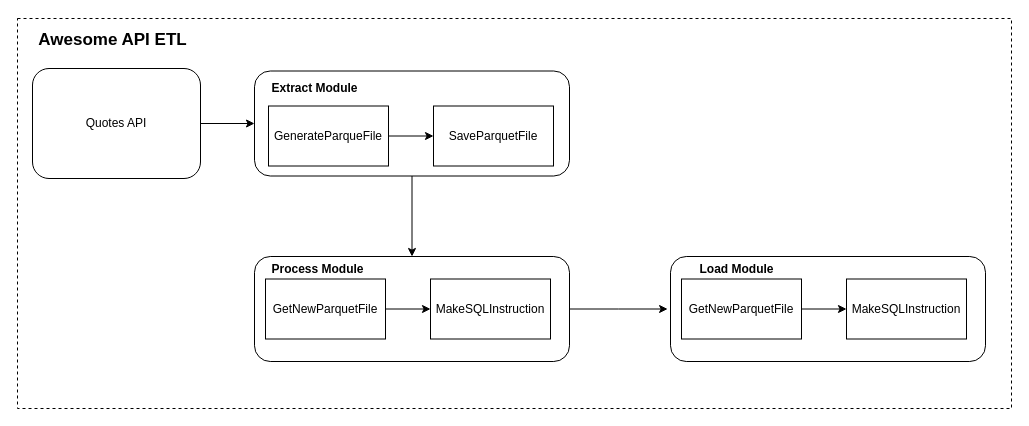
This is etl_awesome_api.drawio from ivdatahub/data-consumer-api, a draw.io file, before an edit. Source tidied: cells renumbered, new cells numbered last; positions are measured from the earlier drawing's top-left corner, leaving out a move shared by most shapes. Both pictures are drawn from the tidied source at 100%, with x=0, y=0 at pixel (17, 17).
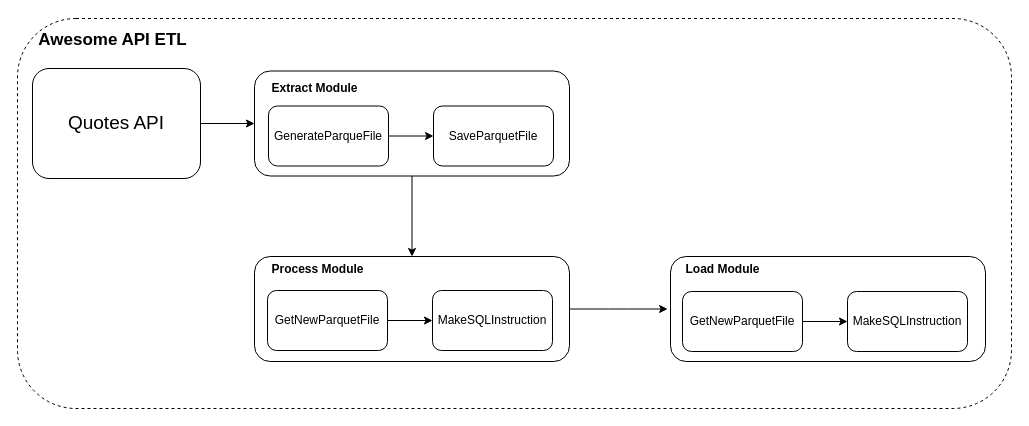
The same diagram, later.

Unchanged cells that the change refers to:
```xml
<mxCell id="9" style="whiteSpace=wrap;html=1;rounded=1;" parent="8" vertex="1">
  <mxGeometry width="315" height="105" as="geometry" />
</mxCell>
<mxCell id="16" style="whiteSpace=wrap;html=1;rounded=1;" parent="14" vertex="1">
  <mxGeometry width="315" height="105" as="geometry" />
</mxCell>
```

Change to the diagram source:
```diff
@@
-    <mxCell id="2" value="&lt;h1&gt;&lt;div style=&quot;color: rgb(212, 212, 212); background-color: rgb(30, 30, 30); font-family: Menlo, Monaco, &amp;quot;Courier New&amp;quot;, monospace; font-weight: normal; font-size: 12px; line-height: 18px; white-space-collapse: preserve;&quot;&gt;&lt;br&gt;&lt;/div&gt;&lt;/h1&gt;" style="text;html=1;align=center;verticalAlign=middle;strokeColor=none;fillColor=none;" parent="1" vertex="1">
+    <mxCell id="2" value="&lt;h1&gt;&lt;div style=&quot;color: rgb(212, 212, 212); background-color: rgb(30, 30, 30); font-family: Menlo, Monaco, &amp;quot;Courier New&amp;quot;, monospace; font-weight: normal; font-size: 12px; line-height: 18px; white-space-collapse: preserve;&quot;&gt;&lt;br&gt;&lt;/div&gt;&lt;/h1&gt;" style="text;html=1;align=center;verticalAlign=middle;strokeColor=none;fillColor=none;rounded=1;" parent="1" vertex="1">
       <mxGeometry x="31" width="18" height="62" as="geometry" />
     </mxCell>
-    <mxCell id="3" style="rounded=0;whiteSpace=wrap;html=1;dashed=1;" parent="1" vertex="1">
+    <mxCell id="3" style="rounded=1;whiteSpace=wrap;html=1;dashed=1;" parent="1" vertex="1">
       <mxGeometry y="1" width="994" height="390" as="geometry" />
     </mxCell>
-    <mxCell id="4" value="Awesome API ETL" style="text;html=1;align=center;verticalAlign=middle;strokeColor=none;fillColor=none;fontStyle=1;fontSize=17;" parent="1" vertex="1">
+    <mxCell id="4" value="Awesome API ETL" style="text;html=1;align=center;verticalAlign=middle;strokeColor=none;fillColor=none;fontStyle=1;fontSize=17;rounded=1;" parent="1" vertex="1">
       <mxGeometry x="15" y="7" width="159" height="32" as="geometry" />
     </mxCell>
-    <mxCell id="5" style="edgeStyle=orthogonalEdgeStyle;rounded=0;jettySize=auto;html=1;" parent="1" edge="1" source="6" target="9">
+    <mxCell id="5" style="edgeStyle=orthogonalEdgeStyle;rounded=1;jettySize=auto;html=1;" parent="1" edge="1" source="6" target="9">
       <mxGeometry relative="1" as="geometry" />
     </mxCell>
-    <mxCell id="6" value="Quotes API" style="rounded=1;whiteSpace=wrap;html=1;" parent="1" vertex="1">
+    <mxCell id="6" value="&lt;font style=&quot;font-size: 19px;&quot;&gt;Quotes API&lt;/font&gt;" style="rounded=1;whiteSpace=wrap;html=1;" parent="1" vertex="1">
       <mxGeometry x="15" y="51" width="168" height="110" as="geometry" />
     </mxCell>
-    <mxCell id="7" style="edgeStyle=orthogonalEdgeStyle;rounded=0;jettySize=auto;html=1;" parent="1" edge="1" source="9" target="16">
+    <mxCell id="7" style="edgeStyle=orthogonalEdgeStyle;rounded=1;jettySize=auto;html=1;" parent="1" edge="1" source="9" target="16">
       <mxGeometry relative="1" as="geometry" />
     </mxCell>
-    <mxCell id="8" style="group;" parent="1" vertex="1">
+    <mxCell id="8" style="group;rounded=1;" parent="1" vertex="1">
       <mxGeometry x="237" y="53.5" width="315" height="105" as="geometry" />
     </mxCell>
@@
-    <mxCell id="10" style="edgeStyle=orthogonalEdgeStyle;rounded=0;jettySize=auto;html=1;entryX=0;entryY=0.5;entryDx=0;entryDy=0;" parent="8" edge="1" source="11" target="12">
+    <mxCell id="10" style="edgeStyle=orthogonalEdgeStyle;rounded=1;jettySize=auto;html=1;entryX=0;entryY=0.5;entryDx=0;entryDy=0;" parent="8" edge="1" source="11" target="12">
       <mxGeometry relative="1" as="geometry" />
     </mxCell>
-    <mxCell id="11" value="GenerateParqueFile" style="rounded=0;whiteSpace=wrap;html=1;" parent="8" vertex="1">
+    <mxCell id="11" value="GenerateParqueFile" style="rounded=1;whiteSpace=wrap;html=1;" parent="8" vertex="1">
       <mxGeometry x="14" y="35" width="120" height="60" as="geometry" />
     </mxCell>
-    <mxCell id="12" value="SaveParquetFile" style="rounded=0;whiteSpace=wrap;html=1;" parent="8" vertex="1">
+    <mxCell id="12" value="SaveParquetFile" style="rounded=1;whiteSpace=wrap;html=1;" parent="8" vertex="1">
       <mxGeometry x="179" y="35" width="120" height="60" as="geometry" />
     </mxCell>
-    <mxCell id="13" value="&lt;b&gt;Extract Module&lt;/b&gt;" style="text;html=1;align=center;verticalAlign=middle;strokeColor=none;fillColor=none;" parent="8" vertex="1">
+    <mxCell id="13" value="&lt;b&gt;Extract Module&lt;/b&gt;" style="text;html=1;align=center;verticalAlign=middle;strokeColor=none;fillColor=none;rounded=1;" parent="8" vertex="1">
       <mxGeometry x="8" y="4" width="104" height="26" as="geometry" />
     </mxCell>
-    <mxCell id="14" style="group;" parent="1" vertex="1">
+    <mxCell id="14" style="group;rounded=1;" parent="1" vertex="1">
       <mxGeometry x="237" y="239" width="315" height="105" as="geometry" />
     </mxCell>
-    <mxCell id="15" style="edgeStyle=orthogonalEdgeStyle;rounded=0;jettySize=auto;html=1;" parent="14" edge="1" source="16">
+    <mxCell id="15" style="edgeStyle=orthogonalEdgeStyle;rounded=1;jettySize=auto;html=1;" parent="14" edge="1" source="16">
       <mxGeometry relative="1" as="geometry">
         <mxPoint x="413.1" y="52.5" as="targetPoint" />
       </mxGeometry>
     </mxCell>
@@
-    <mxCell id="17" style="edgeStyle=orthogonalEdgeStyle;rounded=0;jettySize=auto;html=1;entryX=0;entryY=0.5;entryDx=0;entryDy=0;" parent="14" edge="1" source="18" target="19">
+    <mxCell id="17" style="edgeStyle=orthogonalEdgeStyle;rounded=1;jettySize=auto;html=1;entryX=0;entryY=0.5;entryDx=0;entryDy=0;" parent="14" edge="1" source="18" target="19">
       <mxGeometry relative="1" as="geometry" />
     </mxCell>
-    <mxCell id="18" value="GetNewParquetFile" style="rounded=0;whiteSpace=wrap;html=1;" parent="14" vertex="1">
-      <mxGeometry x="11" y="22.5" width="120" height="60" as="geometry" />
+    <mxCell id="18" value="GetNewParquetFile" style="rounded=1;whiteSpace=wrap;html=1;" parent="14" vertex="1">
+      <mxGeometry x="13" y="34" width="120" height="60" as="geometry" />
     </mxCell>
-    <mxCell id="19" value="MakeSQLInstruction" style="rounded=0;whiteSpace=wrap;html=1;" parent="14" vertex="1">
-      <mxGeometry x="176" y="22.5" width="120" height="60" as="geometry" />
+    <mxCell id="19" value="MakeSQLInstruction" style="rounded=1;whiteSpace=wrap;html=1;" parent="14" vertex="1">
+      <mxGeometry x="178" y="34" width="120" height="60" as="geometry" />
     </mxCell>
-    <mxCell id="20" value="&lt;b&gt;Process Module&lt;/b&gt;" style="text;html=1;align=center;verticalAlign=middle;strokeColor=none;fillColor=none;" parent="14" vertex="1">
+    <mxCell id="20" value="&lt;b&gt;Process Module&lt;/b&gt;" style="text;html=1;align=center;verticalAlign=middle;strokeColor=none;fillColor=none;rounded=1;" parent="14" vertex="1">
       <mxGeometry x="8" width="110" height="26" as="geometry" />
     </mxCell>
-    <mxCell id="21" style="group;" parent="1" vertex="1">
+    <mxCell id="21" style="group;rounded=1;" parent="1" vertex="1">
       <mxGeometry x="653" y="239" width="315" height="105" as="geometry" />
     </mxCell>
@@
-    <mxCell id="23" style="edgeStyle=orthogonalEdgeStyle;rounded=0;jettySize=auto;html=1;entryX=0;entryY=0.5;entryDx=0;entryDy=0;" parent="21" edge="1" source="24" target="25">
+    <mxCell id="23" style="edgeStyle=orthogonalEdgeStyle;rounded=1;jettySize=auto;html=1;entryX=0;entryY=0.5;entryDx=0;entryDy=0;" parent="21" edge="1" source="24" target="25">
       <mxGeometry relative="1" as="geometry" />
     </mxCell>
-    <mxCell id="24" value="GetNewParquetFile" style="rounded=0;whiteSpace=wrap;html=1;" parent="21" vertex="1">
-      <mxGeometry x="11" y="22.5" width="120" height="60" as="geometry" />
+    <mxCell id="24" value="GetNewParquetFile" style="rounded=1;whiteSpace=wrap;html=1;" parent="21" vertex="1">
+      <mxGeometry x="12" y="35" width="120" height="60" as="geometry" />
     </mxCell>
-    <mxCell id="25" value="MakeSQLInstruction" style="rounded=0;whiteSpace=wrap;html=1;" parent="21" vertex="1">
-      <mxGeometry x="176" y="22.5" width="120" height="60" as="geometry" />
+    <mxCell id="25" value="MakeSQLInstruction" style="rounded=1;whiteSpace=wrap;html=1;" parent="21" vertex="1">
+      <mxGeometry x="177" y="35" width="120" height="60" as="geometry" />
     </mxCell>
-    <mxCell id="26" value="&lt;b&gt;Load Module&lt;/b&gt;" style="text;html=1;align=center;verticalAlign=middle;strokeColor=none;fillColor=none;" parent="21" vertex="1">
-      <mxGeometry x="20" width="92" height="26" as="geometry" />
+    <mxCell id="26" value="&lt;b&gt;Load Module&lt;/b&gt;" style="text;html=1;align=center;verticalAlign=middle;strokeColor=none;fillColor=none;rounded=1;" parent="21" vertex="1">
+      <mxGeometry x="6" width="92" height="26" as="geometry" />
     </mxCell>
```
